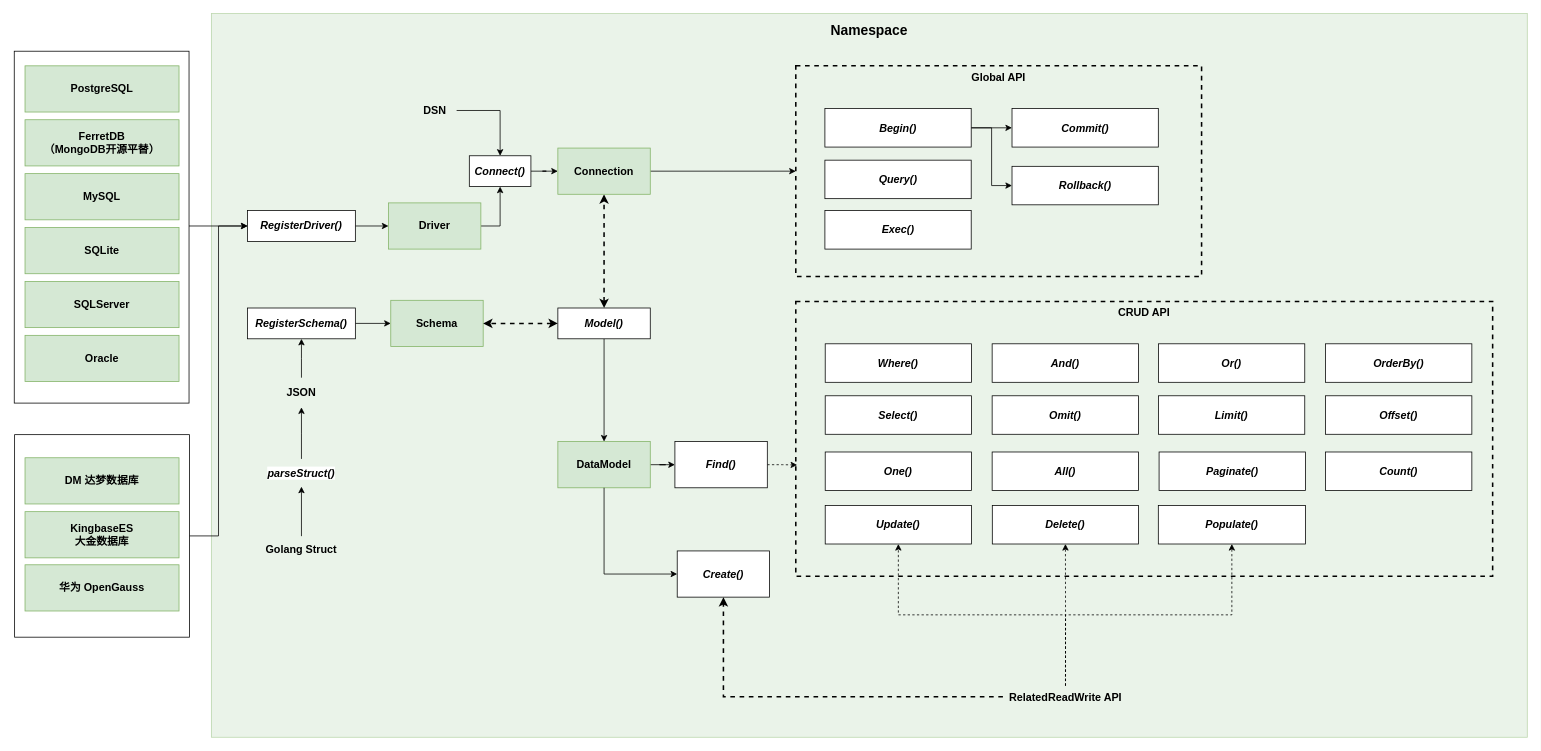
This is assets/architecture.drawio from iamdanielyin/dba, a draw.io file, before an edit. Source tidied: cells renumbered, new cells numbered last; positions are measured from the earlier drawing's top-left corner, leaving out a move shared by most shapes. Both pictures are drawn from the tidied source at 77%, with x=0, y=0 at pixel (14, 13).
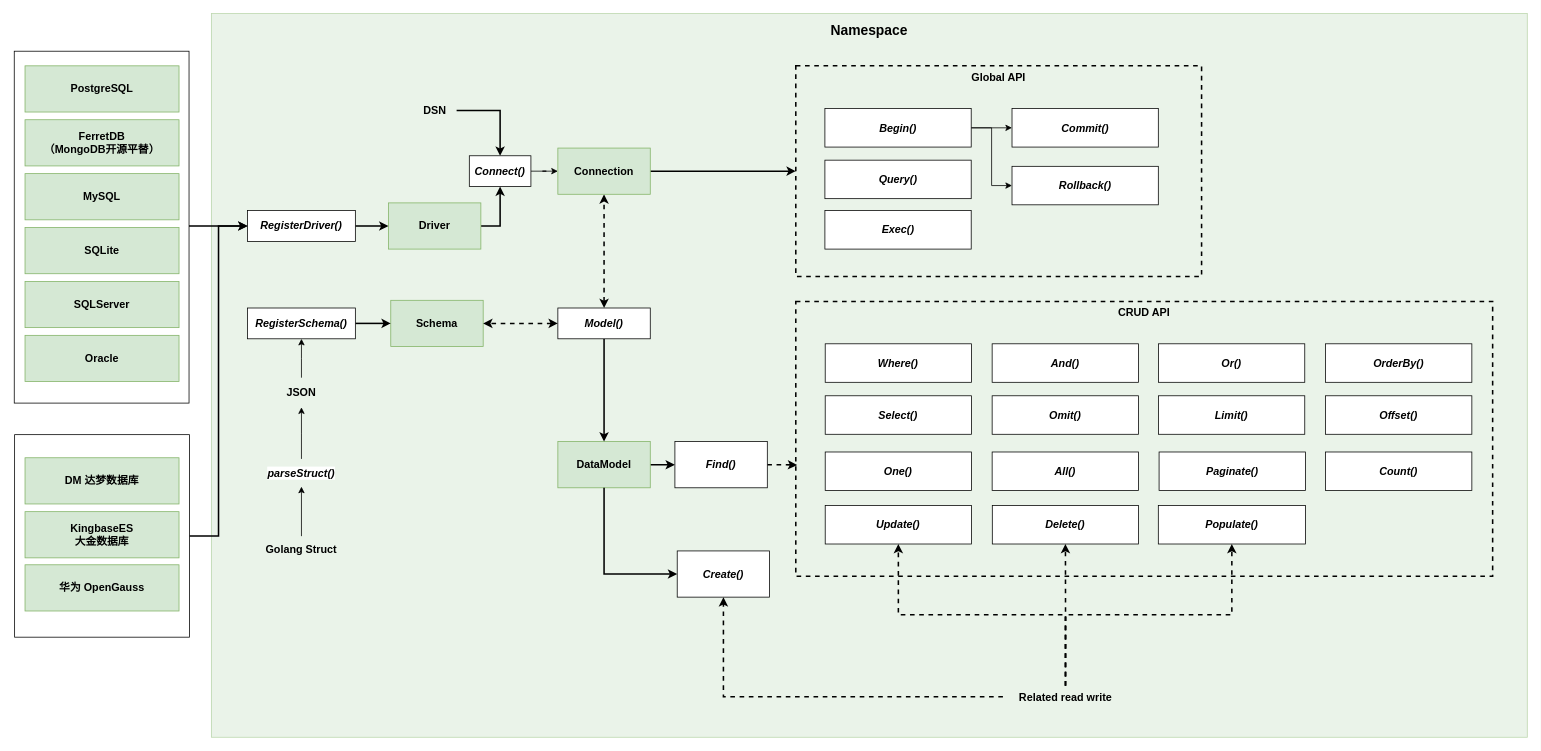
Above is the later version.

Commit message (it also covers changes not shown here):
chore: 提交设计文件

The change refers to these unchanged cells:
```xml
<mxCell id="3" value="&lt;span style=&quot;&quot;&gt;CRUD API&lt;/span&gt;" style="rounded=0;whiteSpace=wrap;html=1;fontStyle=1;fontSize=14;verticalAlign=top;fillStyle=solid;align=center;fontFamily=Helvetica;labelBackgroundColor=none;fillColor=none;dashed=1;strokeWidth=2;" parent="1" vertex="1">
  <mxGeometry x="1015" y="374" width="905" height="357" as="geometry" />
</mxCell>
<mxCell id="4" value="&lt;span style=&quot;font-size: 14px;&quot;&gt;Global API&lt;/span&gt;" style="rounded=0;whiteSpace=wrap;html=1;verticalAlign=top;fontStyle=1;fillColor=none;dashed=1;labelBackgroundColor=none;strokeWidth=2;" parent="1" vertex="1">
  <mxGeometry x="1015" y="68" width="527" height="273.5" as="geometry" />
</mxCell>
<mxCell id="11" value="Schema" style="rounded=0;whiteSpace=wrap;html=1;fontStyle=1;fillColor=#D5E8D4;strokeColor=#82B366;fillStyle=solid;fontSize=14;fontFamily=Helvetica;" parent="1" vertex="1">
  <mxGeometry x="489" y="372.5" width="120" height="60" as="geometry" />
</mxCell>
<mxCell id="13" value="DSN" style="rounded=0;html=1;fontStyle=1;fontSize=14;strokeColor=none;fillColor=none;fontFamily=Helvetica;" parent="1" vertex="1">
  <mxGeometry x="517.5" y="112" width="57" height="28" as="geometry" />
</mxCell>
<mxCell id="15" value="Driver" style="rounded=0;whiteSpace=wrap;html=1;fontStyle=1;fillColor=#D5E8D4;strokeColor=#82B366;fillStyle=solid;fontSize=14;fontFamily=Helvetica;" parent="1" vertex="1">
  <mxGeometry x="486" y="246" width="120" height="60" as="geometry" />
</mxCell>
<mxCell id="17" value="DataModel" style="rounded=0;whiteSpace=wrap;html=1;fontStyle=1;fillColor=#D5E8D4;strokeColor=#82B366;fillStyle=solid;fontSize=14;fontFamily=Helvetica;" parent="1" vertex="1">
  <mxGeometry x="706" y="556" width="120" height="60" as="geometry" />
</mxCell>
<mxCell id="22" value="Find()" style="rounded=0;whiteSpace=wrap;html=1;fontStyle=3;fontSize=14;fontFamily=Helvetica;fillColor=default;strokeColor=default;labelBackgroundColor=none;" parent="1" vertex="1">
  <mxGeometry x="858" y="556" width="120" height="60" as="geometry" />
</mxCell>
<mxCell id="32" value="&lt;span style=&quot;font-size: 14px; text-wrap: nowrap;&quot;&gt;RegisterSchema()&lt;/span&gt;" style="rounded=0;whiteSpace=wrap;html=1;fontStyle=3;fontSize=14;strokeColor=default;fillColor=default;fontFamily=Helvetica;" parent="1" vertex="1">
  <mxGeometry x="303" y="382.5" width="140" height="40" as="geometry" />
</mxCell>
<mxCell id="34" value="&lt;span style=&quot;font-size: 14px; text-wrap: nowrap;&quot;&gt;RegisterDriver()&lt;/span&gt;" style="rounded=0;whiteSpace=wrap;html=1;fontStyle=3;fontSize=14;strokeColor=default;fillColor=default;align=center;verticalAlign=middle;fontFamily=Helvetica;fontColor=default;" parent="1" vertex="1">
  <mxGeometry x="303" y="256" width="140" height="40" as="geometry" />
</mxCell>
<mxCell id="35" value="&lt;span style=&quot;text-wrap: nowrap; font-size: 14px;&quot;&gt;Connect()&lt;/span&gt;" style="rounded=0;whiteSpace=wrap;html=1;fontStyle=3;fontSize=14;strokeColor=default;fillColor=default;align=center;verticalAlign=middle;fontFamily=Helvetica;fontColor=default;" parent="1" vertex="1">
  <mxGeometry x="591" y="184.8" width="80" height="40" as="geometry" />
</mxCell>
<mxCell id="44" value="Create()" style="rounded=0;whiteSpace=wrap;html=1;fontStyle=3;fontSize=14;fontFamily=Helvetica;fillColor=default;strokeColor=default;labelBackgroundColor=none;" parent="1" vertex="1">
  <mxGeometry x="861" y="698" width="120" height="60" as="geometry" />
</mxCell>
<mxCell id="53" value="Update()" style="rounded=0;whiteSpace=wrap;html=1;fontStyle=3;fontSize=14;fontFamily=Helvetica;" parent="1" vertex="1">
  <mxGeometry x="1053.2" y="639" width="190" height="50" as="geometry" />
</mxCell>
<mxCell id="54" value="Delete()" style="rounded=0;whiteSpace=wrap;html=1;fontStyle=3;fontSize=14;fontFamily=Helvetica;" parent="1" vertex="1">
  <mxGeometry x="1270.2" y="639" width="190" height="50" as="geometry" />
</mxCell>
<mxCell id="59" value="&lt;span style=&quot;&quot;&gt;Model()&lt;/span&gt;" style="rounded=0;whiteSpace=wrap;html=1;fontStyle=3;fillColor=default;strokeColor=default;fillStyle=solid;fontSize=14;align=center;verticalAlign=middle;fontFamily=Helvetica;fontColor=default;" parent="1" vertex="1">
  <mxGeometry x="706" y="382.5" width="120" height="40" as="geometry" />
</mxCell>
<mxCell id="60" value="Populate()" style="rounded=0;whiteSpace=wrap;html=1;fontStyle=3;fontSize=14;fontFamily=Helvetica;" parent="1" vertex="1">
  <mxGeometry x="1485.8" y="639" width="191" height="50" as="geometry" />
</mxCell>
<mxCell id="67" value="Connection" style="rounded=0;whiteSpace=wrap;html=1;fontStyle=1;fillColor=#D5E8D4;strokeColor=#82B366;fillStyle=solid;fontSize=14;fontFamily=Helvetica;" parent="1" vertex="1">
  <mxGeometry x="706" y="174.8" width="120" height="60" as="geometry" />
</mxCell>
<mxCell id="70" style="rounded=0;whiteSpace=wrap;html=1;hachureGap=4;fontFamily=Helvetica;fontSize=14;fontStyle=1;" parent="1" vertex="1">
  <mxGeometry x="0.5" y="547" width="227" height="263" as="geometry" />
</mxCell>
```

What changed in the source:
```diff
@@
-    <mxCell id="5" style="edgeStyle=orthogonalEdgeStyle;rounded=0;jettySize=auto;html=1;exitX=0.998;exitY=0.439;exitDx=0;exitDy=0;exitPerimeter=0;" parent="1" edge="1" target="34">
+    <mxCell id="5" style="edgeStyle=orthogonalEdgeStyle;rounded=0;jettySize=auto;html=1;exitX=0.998;exitY=0.439;exitDx=0;exitDy=0;exitPerimeter=0;strokeWidth=2;" parent="1" edge="1" target="34">
       <mxGeometry relative="1" as="geometry">
         <mxPoint x="6.5" y="255.8" as="sourcePoint" />
       </mxGeometry>
     </mxCell>
@@
-    <mxCell id="12" style="edgeStyle=orthogonalEdgeStyle;rounded=0;hachureGap=4;jettySize=auto;html=1;fontFamily=Helvetica;fontSize=14;fontStyle=1;" parent="1" edge="1" source="13" target="35">
+    <mxCell id="12" style="edgeStyle=orthogonalEdgeStyle;rounded=0;hachureGap=4;jettySize=auto;html=1;fontFamily=Helvetica;fontSize=14;fontStyle=1;strokeWidth=2;" parent="1" edge="1" source="13" target="35">
       <mxGeometry relative="1" as="geometry" />
     </mxCell>
@@
-    <mxCell id="14" style="edgeStyle=orthogonalEdgeStyle;rounded=0;hachureGap=4;jettySize=auto;html=1;fontFamily=Helvetica;fontSize=14;fontStyle=1;exitX=1;exitY=0.5;exitDx=0;exitDy=0;" parent="1" edge="1" source="15" target="35">
+    <mxCell id="14" style="edgeStyle=orthogonalEdgeStyle;rounded=0;hachureGap=4;jettySize=auto;html=1;fontFamily=Helvetica;fontSize=14;fontStyle=1;exitX=1;exitY=0.5;exitDx=0;exitDy=0;strokeWidth=2;" parent="1" edge="1" source="15" target="35">
       <mxGeometry relative="1" as="geometry" />
     </mxCell>
@@
-    <mxCell id="16" style="edgeStyle=orthogonalEdgeStyle;rounded=0;hachureGap=4;jettySize=auto;html=1;fontFamily=Helvetica;fontSize=14;fontStyle=1;entryX=0;entryY=0.5;entryDx=0;entryDy=0;" parent="1" edge="1" source="17" target="22">
+    <mxCell id="16" style="edgeStyle=orthogonalEdgeStyle;rounded=0;hachureGap=4;jettySize=auto;html=1;fontFamily=Helvetica;fontSize=14;fontStyle=1;entryX=0;entryY=0.5;entryDx=0;entryDy=0;strokeWidth=2;" parent="1" edge="1" source="17" target="22">
       <mxGeometry relative="1" as="geometry" />
     </mxCell>
@@
-    <mxCell id="21" style="edgeStyle=orthogonalEdgeStyle;rounded=0;hachureGap=4;jettySize=auto;html=1;entryX=0.002;entryY=0.595;entryDx=0;entryDy=0;fontFamily=Helvetica;fontSize=14;fontStyle=1;dashed=1;labelBackgroundColor=default;entryPerimeter=0;" parent="1" edge="1" source="22" target="3">
+    <mxCell id="21" style="edgeStyle=orthogonalEdgeStyle;rounded=0;hachureGap=4;jettySize=auto;html=1;entryX=0.002;entryY=0.595;entryDx=0;entryDy=0;fontFamily=Helvetica;fontSize=14;fontStyle=1;dashed=1;labelBackgroundColor=default;entryPerimeter=0;strokeWidth=2;" parent="1" edge="1" source="22" target="3">
       <mxGeometry relative="1" as="geometry" />
     </mxCell>
@@
-    <mxCell id="31" style="edgeStyle=orthogonalEdgeStyle;rounded=0;hachureGap=4;jettySize=auto;html=1;fontFamily=Helvetica;fontSize=14;fontStyle=1;exitX=1;exitY=0.5;exitDx=0;exitDy=0;" parent="1" edge="1" source="32" target="11">
+    <mxCell id="31" style="edgeStyle=orthogonalEdgeStyle;rounded=0;hachureGap=4;jettySize=auto;html=1;fontFamily=Helvetica;fontSize=14;fontStyle=1;exitX=1;exitY=0.5;exitDx=0;exitDy=0;strokeWidth=2;" parent="1" edge="1" source="32" target="11">
       <mxGeometry relative="1" as="geometry" />
     </mxCell>
@@
-    <mxCell id="33" style="edgeStyle=orthogonalEdgeStyle;rounded=0;jettySize=auto;html=1;fontStyle=1;" parent="1" edge="1" source="34" target="15">
+    <mxCell id="33" style="edgeStyle=orthogonalEdgeStyle;rounded=0;jettySize=auto;html=1;fontStyle=1;strokeWidth=2;" parent="1" edge="1" source="34" target="15">
       <mxGeometry relative="1" as="geometry" />
     </mxCell>
@@
-    <mxCell id="36" style="edgeStyle=orthogonalEdgeStyle;rounded=0;hachureGap=4;jettySize=auto;html=1;entryX=0;entryY=0.5;entryDx=0;entryDy=0;fontFamily=Helvetica;fontSize=14;fontStyle=1;exitX=0.5;exitY=1;exitDx=0;exitDy=0;" parent="1" edge="1" source="17" target="44">
+    <mxCell id="36" style="edgeStyle=orthogonalEdgeStyle;rounded=0;hachureGap=4;jettySize=auto;html=1;entryX=0;entryY=0.5;entryDx=0;entryDy=0;fontFamily=Helvetica;fontSize=14;fontStyle=1;exitX=0.5;exitY=1;exitDx=0;exitDy=0;strokeWidth=2;" parent="1" edge="1" source="17" target="44">
       <mxGeometry relative="1" as="geometry" />
     </mxCell>
@@
-    <mxCell id="56" style="edgeStyle=orthogonalEdgeStyle;rounded=0;jettySize=auto;html=1;exitX=0.5;exitY=1;exitDx=0;exitDy=0;fontStyle=1;" parent="1" edge="1" source="59" target="17">
+    <mxCell id="56" style="edgeStyle=orthogonalEdgeStyle;rounded=0;jettySize=auto;html=1;exitX=0.5;exitY=1;exitDx=0;exitDy=0;fontStyle=1;strokeWidth=2;" parent="1" edge="1" source="59" target="17">
       <mxGeometry relative="1" as="geometry" />
     </mxCell>
@@
-    <mxCell id="62" style="edgeStyle=orthogonalEdgeStyle;rounded=0;jettySize=auto;html=1;dashed=1;fontStyle=1;" parent="1" edge="1" source="65" target="54">
+    <mxCell id="62" style="edgeStyle=orthogonalEdgeStyle;rounded=0;jettySize=auto;html=1;dashed=1;fontStyle=1;strokeWidth=2;" parent="1" edge="1" source="65" target="54">
       <mxGeometry relative="1" as="geometry" />
     </mxCell>
-    <mxCell id="63" style="edgeStyle=orthogonalEdgeStyle;rounded=0;jettySize=auto;html=1;exitX=0.5;exitY=0;exitDx=0;exitDy=0;dashed=1;" parent="1" edge="1" source="65" target="60">
+    <mxCell id="63" style="edgeStyle=orthogonalEdgeStyle;rounded=0;jettySize=auto;html=1;exitX=0.5;exitY=0;exitDx=0;exitDy=0;dashed=1;strokeWidth=2;" parent="1" edge="1" source="65" target="60">
       <mxGeometry relative="1" as="geometry" />
     </mxCell>
-    <mxCell id="64" style="edgeStyle=orthogonalEdgeStyle;rounded=0;jettySize=auto;html=1;exitX=0.5;exitY=0;exitDx=0;exitDy=0;dashed=1;" parent="1" edge="1" source="65" target="53">
+    <mxCell id="64" style="edgeStyle=orthogonalEdgeStyle;rounded=0;jettySize=auto;html=1;exitX=0.5;exitY=0;exitDx=0;exitDy=0;dashed=1;strokeWidth=2;" parent="1" edge="1" source="65" target="53">
       <mxGeometry relative="1" as="geometry" />
     </mxCell>
-    <mxCell id="65" value="RelatedReadWrite API" style="rounded=0;whiteSpace=wrap;html=1;fontStyle=1;fontSize=14;fontFamily=Helvetica;fillColor=none;strokeColor=none;dashed=1;" parent="1" vertex="1">
+    <mxCell id="65" value="Related read write" style="rounded=0;whiteSpace=wrap;html=1;fontStyle=1;fontSize=14;fontFamily=Helvetica;fillColor=none;strokeColor=none;dashed=1;" parent="1" vertex="1">
       <mxGeometry x="1284" y="873" width="162.5" height="29" as="geometry" />
     </mxCell>
-    <mxCell id="66" style="edgeStyle=orthogonalEdgeStyle;rounded=0;jettySize=auto;html=1;fontStyle=1;" parent="1" edge="1" source="67" target="4">
+    <mxCell id="66" style="edgeStyle=orthogonalEdgeStyle;rounded=0;jettySize=auto;html=1;fontStyle=1;strokeWidth=2;" parent="1" edge="1" source="67" target="4">
       <mxGeometry relative="1" as="geometry" />
     </mxCell>
@@
-    <mxCell id="69" style="edgeStyle=orthogonalEdgeStyle;rounded=0;jettySize=auto;html=1;entryX=0;entryY=0.5;entryDx=0;entryDy=0;" parent="1" edge="1" source="70" target="34">
+    <mxCell id="69" style="edgeStyle=orthogonalEdgeStyle;rounded=0;jettySize=auto;html=1;entryX=0;entryY=0.5;entryDx=0;entryDy=0;strokeWidth=2;" parent="1" edge="1" source="70" target="34">
       <mxGeometry relative="1" as="geometry" />
     </mxCell>
```
